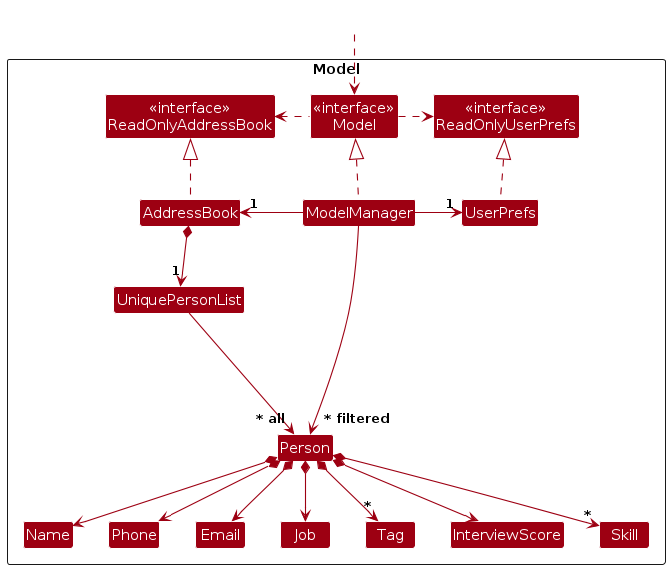
AY2425S1-CS2103T-W09-1/tp keeps this PlantUML diagram as diagrams/ModelClassDiagram.png. Above is the earlier version. Its source is kept beside it as diagrams/ModelClassDiagram.puml.
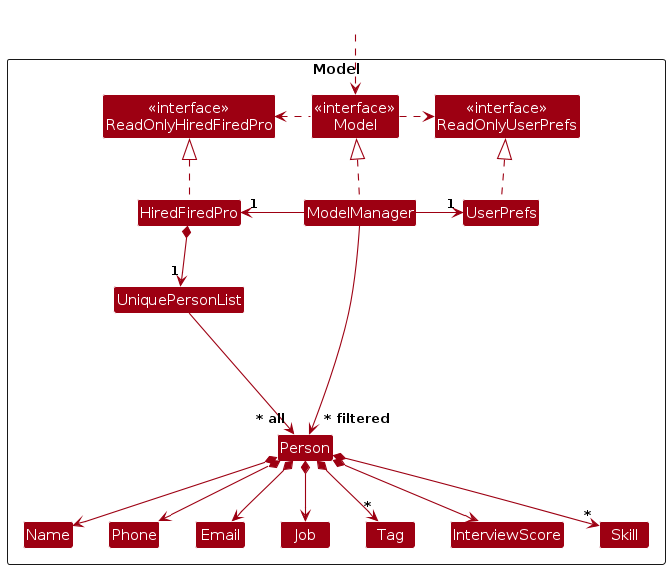
Later version of the same file.

Diff of the diagram source:
```diff
@@ -5,10 +5,10 @@
 skinparam classBackgroundColor MODEL_COLOR
 
 Package Model as ModelPackage <<Rectangle>>{
-Class "<<interface>>\nReadOnlyAddressBook" as ReadOnlyAddressBook
+Class "<<interface>>\nReadOnlyHiredFiredPro" as ReadOnlyHiredFiredPro
 Class "<<interface>>\nReadOnlyUserPrefs" as ReadOnlyUserPrefs
 Class "<<interface>>\nModel" as Model
-Class AddressBook
+Class HiredFiredPro
 Class ModelManager
 Class UserPrefs
 
@@ -28,16 +28,16 @@
 Class HiddenOutside #FFFFFF
 HiddenOutside ..> Model
 
-AddressBook .up.|> ReadOnlyAddressBook
+HiredFiredPro .up.|> ReadOnlyHiredFiredPro
 
 ModelManager .up.|> Model
 Model .right.> ReadOnlyUserPrefs
-Model .left.> ReadOnlyAddressBook
-ModelManager -left-> "1" AddressBook
+Model .left.> ReadOnlyHiredFiredPro
+ModelManager -left-> "1" HiredFiredPro
 ModelManager -right-> "1" UserPrefs
 UserPrefs .up.|> ReadOnlyUserPrefs
 
-AddressBook *--> "1" UniquePersonList
+HiredFiredPro *--> "1" UniquePersonList
 UniquePersonList --> "~* all" Person
 Person *--> Name
 Person *--> Job
```
